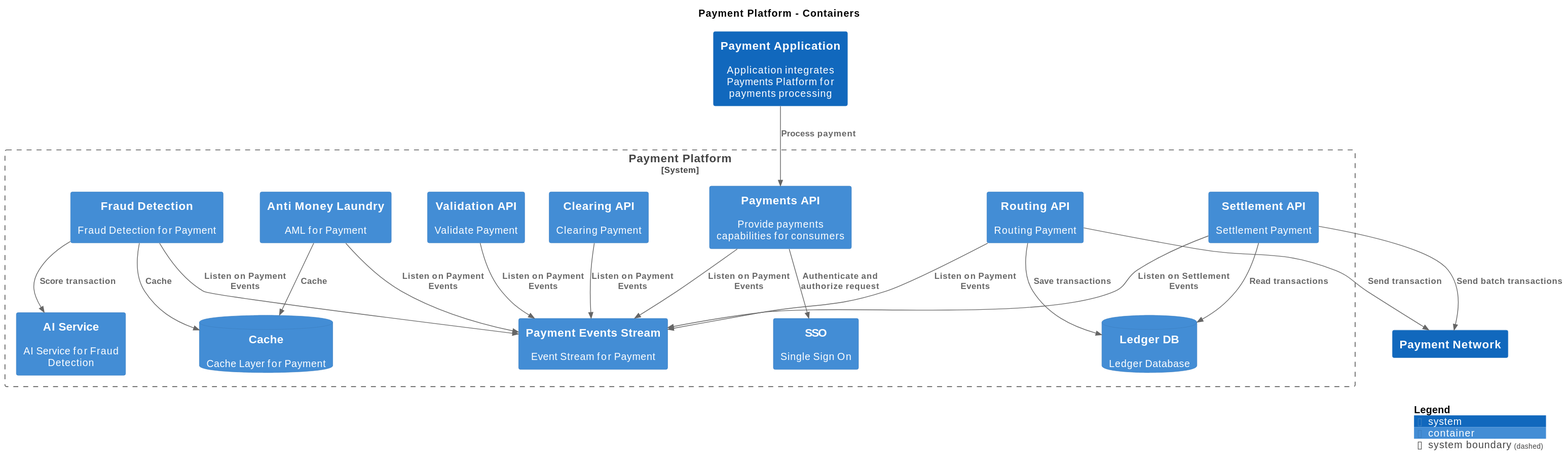
Earlier version of the PlantUML export master/svg/Containers.svg (mmelnyk-godaddy/architecture-repository). Its source is kept beside it as master/puml/Containers.puml.
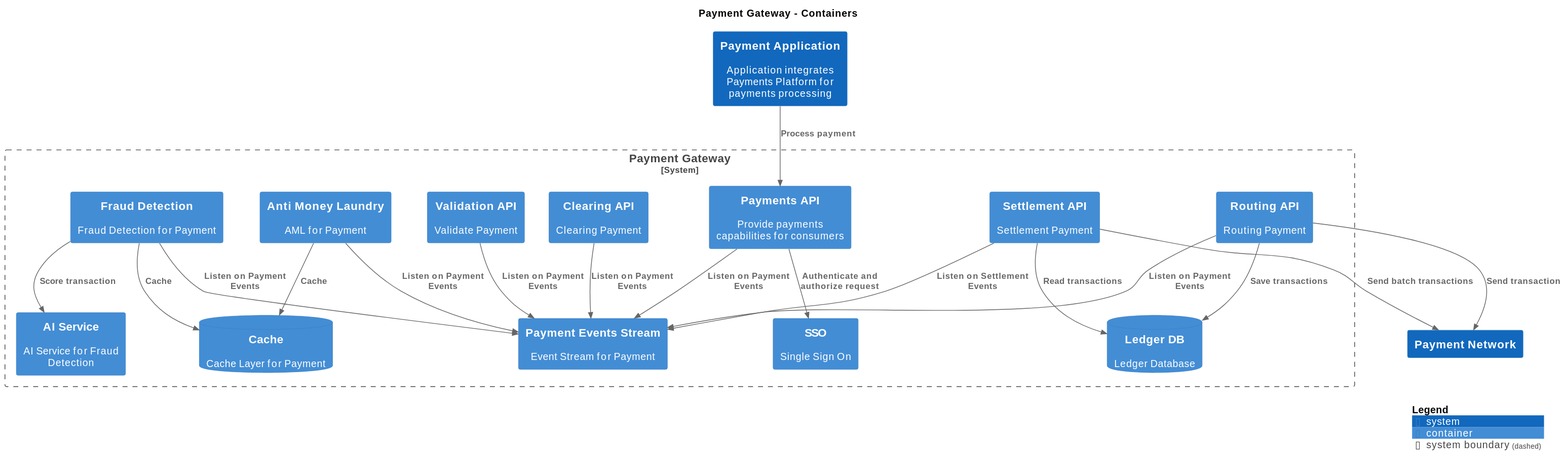
Later version of the same file.

Change to the diagram source:
```diff
@@ -1,6 +1,6 @@
 @startuml
 set separator none
-title Payment Platform - Containers
+title Payment Gateway - Containers
 
 top to bottom direction
 
@@ -11,37 +11,37 @@
 System(PaymentApplication, "Payment Application", $descr="Application integrates Payments Platform for payments processing", $tags="", $link="")
 System(PaymentNetwork, "Payment Network", $descr="", $tags="", $link="")
 
-System_Boundary("PaymentPlatform_boundary", "Payment Platform", $tags="") {
-  ContainerDb(PaymentPlatform.Cache, "Cache", $techn="", $descr="Cache Layer for Payment", $tags="", $link="")
-  Container(PaymentPlatform.RoutingAPI, "Routing API", $techn="", $descr="Routing Payment", $tags="", $link="")
-  Container(PaymentPlatform.AntiMoneyLaundry, "Anti Money Laundry", $techn="", $descr="AML for Payment", $tags="", $link="")
-  Container(PaymentPlatform.FraudDetection, "Fraud Detection", $techn="", $descr="Fraud Detection for Payment", $tags="", $link="")
-  Container(PaymentPlatform.SSO, "SSO", $techn="", $descr="Single Sign On", $tags="", $link="")
-  Container(PaymentPlatform.AIService, "AI Service", $techn="", $descr="AI Service for Fraud Detection", $tags="", $link="")
-  ContainerDb(PaymentPlatform.LedgerDB, "Ledger DB", $techn="", $descr="Ledger Database", $tags="", $link="")
-  Container(PaymentPlatform.PaymentsAPI, "Payments API", $techn="", $descr="Provide payments capabilities for consumers", $tags="", $link="")
-  Container(PaymentPlatform.ValidationAPI, "Validation API", $techn="", $descr="Validate Payment", $tags="", $link="")
-  Container(PaymentPlatform.ClearingAPI, "Clearing API", $techn="", $descr="Clearing Payment", $tags="", $link="")
-  Container(PaymentPlatform.SettlementAPI, "Settlement API", $techn="", $descr="Settlement Payment", $tags="", $link="")
-  Container(PaymentPlatform.PaymentEventsStream, "Payment Events Stream", $techn="", $descr="Event Stream for Payment", $tags="", $link="")
+System_Boundary("PaymentGateway_boundary", "Payment Gateway", $tags="") {
+  Container(PaymentGateway.SettlementAPI, "Settlement API", $techn="", $descr="Settlement Payment", $tags="", $link="")
+  Container(PaymentGateway.PaymentEventsStream, "Payment Events Stream", $techn="", $descr="Event Stream for Payment", $tags="", $link="")
+  ContainerDb(PaymentGateway.Cache, "Cache", $techn="", $descr="Cache Layer for Payment", $tags="", $link="")
+  Container(PaymentGateway.RoutingAPI, "Routing API", $techn="", $descr="Routing Payment", $tags="", $link="")
+  Container(PaymentGateway.AntiMoneyLaundry, "Anti Money Laundry", $techn="", $descr="AML for Payment", $tags="", $link="")
+  Container(PaymentGateway.FraudDetection, "Fraud Detection", $techn="", $descr="Fraud Detection for Payment", $tags="", $link="")
+  Container(PaymentGateway.SSO, "SSO", $techn="", $descr="Single Sign On", $tags="", $link="")
+  Container(PaymentGateway.AIService, "AI Service", $techn="", $descr="AI Service for Fraud Detection", $tags="", $link="")
+  ContainerDb(PaymentGateway.LedgerDB, "Ledger DB", $techn="", $descr="Ledger Database", $tags="", $link="")
+  Container(PaymentGateway.PaymentsAPI, "Payments API", $techn="", $descr="Provide payments capabilities for consumers", $tags="", $link="")
+  Container(PaymentGateway.ValidationAPI, "Validation API", $techn="", $descr="Validate Payment", $tags="", $link="")
+  Container(PaymentGateway.ClearingAPI, "Clearing API", $techn="", $descr="Clearing Payment", $tags="", $link="")
 }
 
-Rel(PaymentPlatform.PaymentsAPI, PaymentPlatform.SSO, "Authenticate and authorize request", $techn="", $tags="", $link="")
-Rel(PaymentPlatform.PaymentsAPI, PaymentPlatform.PaymentEventsStream, "Listen on Payment Events", $techn="", $tags="", $link="")
-Rel(PaymentPlatform.RoutingAPI, PaymentPlatform.PaymentEventsStream, "Listen on Payment Events", $techn="", $tags="", $link="")
-Rel(PaymentPlatform.AntiMoneyLaundry, PaymentPlatform.PaymentEventsStream, "Listen on Payment Events", $techn="", $tags="", $link="")
-Rel(PaymentPlatform.FraudDetection, PaymentPlatform.PaymentEventsStream, "Listen on Payment Events", $techn="", $tags="", $link="")
-Rel(PaymentPlatform.ClearingAPI, PaymentPlatform.PaymentEventsStream, "Listen on Payment Events", $techn="", $tags="", $link="")
-Rel(PaymentPlatform.SettlementAPI, PaymentPlatform.PaymentEventsStream, "Listen on Settlement Events", $techn="", $tags="", $link="")
-Rel(PaymentPlatform.ValidationAPI, PaymentPlatform.PaymentEventsStream, "Listen on Payment Events", $techn="", $tags="", $link="")
-Rel(PaymentPlatform.AntiMoneyLaundry, PaymentPlatform.Cache, "Cache", $techn="", $tags="", $link="")
-Rel(PaymentPlatform.FraudDetection, PaymentPlatform.Cache, "Cache", $techn="", $tags="", $link="")
-Rel(PaymentPlatform.FraudDetection, PaymentPlatform.AIService, "Score transaction", $techn="", $tags="", $link="")
-Rel(PaymentPlatform.SettlementAPI, PaymentPlatform.LedgerDB, "Read transactions", $techn="", $tags="", $link="")
-Rel(PaymentPlatform.RoutingAPI, PaymentPlatform.LedgerDB, "Save transactions", $techn="", $tags="", $link="")
-Rel(PaymentApplication, PaymentPlatform.PaymentsAPI, "Process payment", $techn="", $tags="", $link="")
-Rel(PaymentPlatform.RoutingAPI, PaymentNetwork, "Send transaction", $techn="", $tags="", $link="")
-Rel(PaymentPlatform.SettlementAPI, PaymentNetwork, "Send batch transactions", $techn="", $tags="", $link="")
+Rel(PaymentGateway.PaymentsAPI, PaymentGateway.SSO, "Authenticate and authorize request", $techn="", $tags="", $link="")
+Rel(PaymentGateway.PaymentsAPI, PaymentGateway.PaymentEventsStream, "Listen on Payment Events", $techn="", $tags="", $link="")
+Rel(PaymentGateway.RoutingAPI, PaymentGateway.PaymentEventsStream, "Listen on Payment Events", $techn="", $tags="", $link="")
+Rel(PaymentGateway.AntiMoneyLaundry, PaymentGateway.PaymentEventsStream, "Listen on Payment Events", $techn="", $tags="", $link="")
+Rel(PaymentGateway.FraudDetection, PaymentGateway.PaymentEventsStream, "Listen on Payment Events", $techn="", $tags="", $link="")
+Rel(PaymentGateway.ClearingAPI, PaymentGateway.PaymentEventsStream, "Listen on Payment Events", $techn="", $tags="", $link="")
+Rel(PaymentGateway.SettlementAPI, PaymentGateway.PaymentEventsStream, "Listen on Settlement Events", $techn="", $tags="", $link="")
+Rel(PaymentGateway.ValidationAPI, PaymentGateway.PaymentEventsStream, "Listen on Payment Events", $techn="", $tags="", $link="")
+Rel(PaymentGateway.AntiMoneyLaundry, PaymentGateway.Cache, "Cache", $techn="", $tags="", $link="")
+Rel(PaymentGateway.FraudDetection, PaymentGateway.Cache, "Cache", $techn="", $tags="", $link="")
+Rel(PaymentGateway.FraudDetection, PaymentGateway.AIService, "Score transaction", $techn="", $tags="", $link="")
+Rel(PaymentGateway.SettlementAPI, PaymentGateway.LedgerDB, "Read transactions", $techn="", $tags="", $link="")
+Rel(PaymentGateway.RoutingAPI, PaymentGateway.LedgerDB, "Save transactions", $techn="", $tags="", $link="")
+Rel(PaymentApplication, PaymentGateway.PaymentsAPI, "Process payment", $techn="", $tags="", $link="")
+Rel(PaymentGateway.RoutingAPI, PaymentNetwork, "Send transaction", $techn="", $tags="", $link="")
+Rel(PaymentGateway.SettlementAPI, PaymentNetwork, "Send batch transactions", $techn="", $tags="", $link="")
 
 SHOW_LEGEND(true)
 @enduml
```
